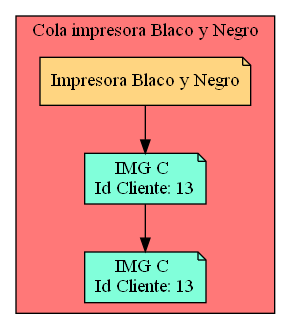
Before: Cola_Print_bw.png, a diagram exported from Graphviz (Serch-ING/EDD_UDRAWING_202000119). Its source is kept beside it as Cola_Print_bw.dot.
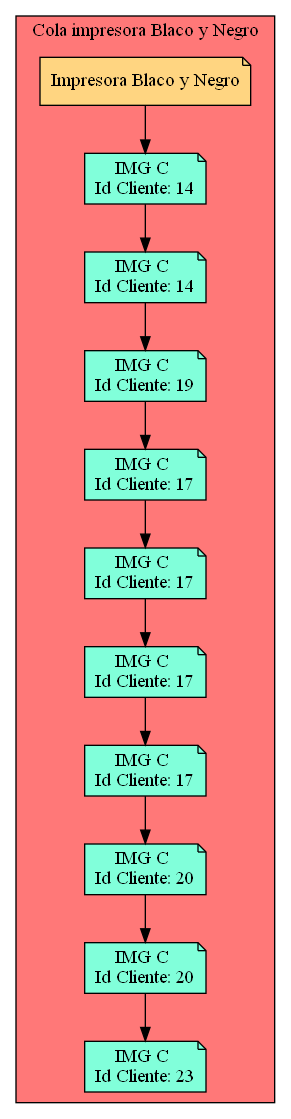
After the change.

What changed in the source:
```diff
@@ -3,11 +3,43 @@
 subgraph cluster_p{
     label= " Cola impresora Blaco y Negro "
  raiz[label = "Impresora Blaco y Negro" fillcolor="#FFD581" ]    bgcolor = "#FF7878"
-Nodo173099767[label="IMG C
-Id Cliente: 13",fillcolor="#81FFDA"]
-Nodo112797691[label="IMG C
-Id Cliente: 13",fillcolor="#81FFDA"]
+Nodo1083962448[label="IMG C
+Id Cliente: 14",fillcolor="#81FFDA"]
+Nodo953742666[label="IMG C
+Id Cliente: 14",fillcolor="#81FFDA"]
+Nodo1223867739[label="IMG C
+Id Cliente: 19",fillcolor="#81FFDA"]
+Nodo129153987[label="IMG C
+Id Cliente: 17",fillcolor="#81FFDA"]
+Nodo168907708[label="IMG C
+Id Cliente: 17",fillcolor="#81FFDA"]
+Nodo447718425[label="IMG C
+Id Cliente: 17",fillcolor="#81FFDA"]
+Nodo1206569586[label="IMG C
+Id Cliente: 17",fillcolor="#81FFDA"]
+Nodo869601985[label="IMG C
+Id Cliente: 20",fillcolor="#81FFDA"]
+Nodo1365008457[label="IMG C
+Id Cliente: 20",fillcolor="#81FFDA"]
+Nodo678433396[label="IMG C
+Id Cliente: 23",fillcolor="#81FFDA"]
 
-raiz->Nodo173099767
-Nodo173099767 -> Nodo112797691
+raiz->Nodo1083962448
+Nodo1083962448 -> Nodo953742666
+
+Nodo953742666 -> Nodo1223867739
+
+Nodo1223867739 -> Nodo129153987
+
+Nodo129153987 -> Nodo168907708
+
+Nodo168907708 -> Nodo447718425
+
+Nodo447718425 -> Nodo1206569586
+
+Nodo1206569586 -> Nodo869601985
+
+Nodo869601985 -> Nodo1365008457
+
+Nodo1365008457 -> Nodo678433396
 }}
```
